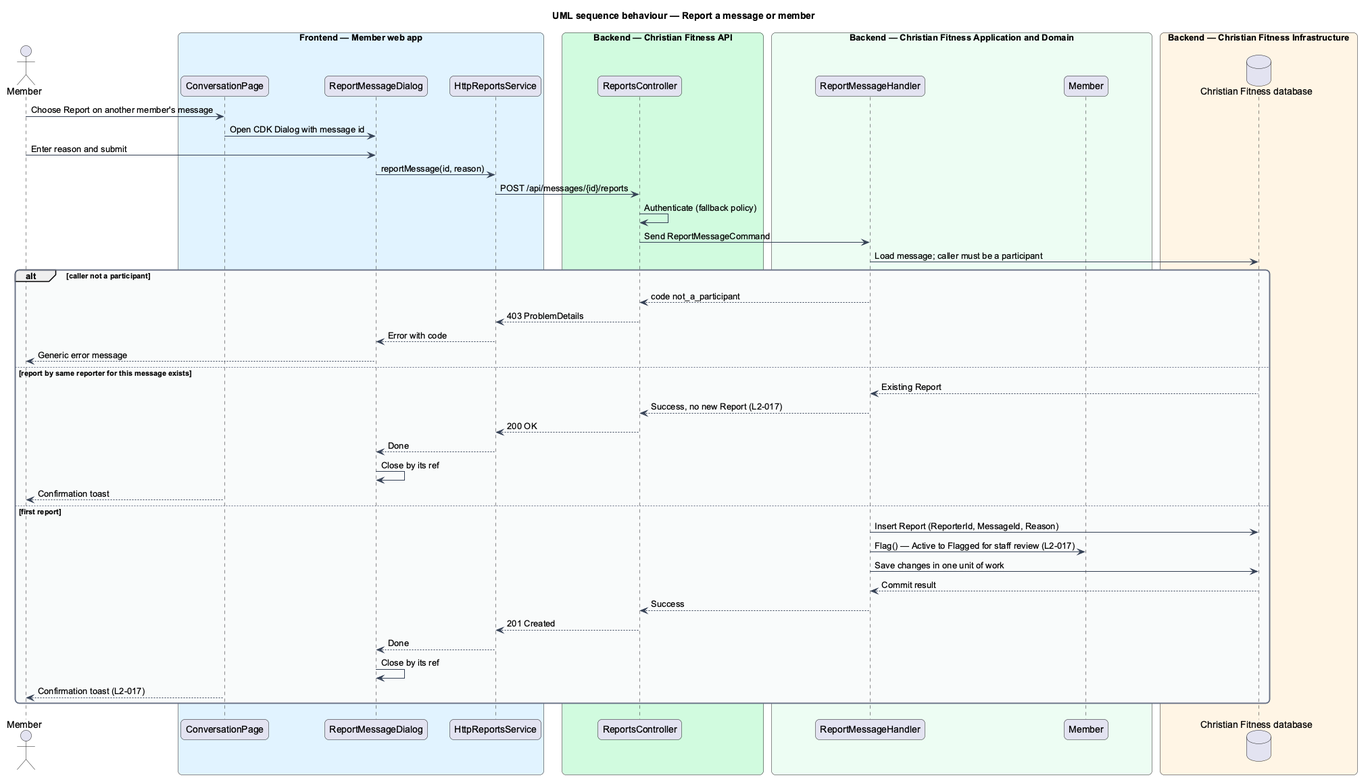
QuinntyneBrown/christian-fitness keeps this PlantUML diagram as docs/detailed-designs/messages/report-message-or-member/diagrams/sequence-report-message.png. Above is the earlier version. Source of this version:
```plantuml
@startuml
title UML sequence behaviour — Report a message or member
skinparam backgroundColor #FFFFFF
skinparam shadowing false
skinparam roundcorner 12
skinparam defaultFontName Arial
skinparam ArrowColor #344054
skinparam rectangle {
  BorderColor #344054
  FontColor #101828
}
skinparam package {
  BorderColor #667085
  FontColor #101828
  BackgroundColor #F9FAFB
}
actor "Member" as actor
box "Frontend — Member web app" #E0F2FE
  participant "ConversationPage" as page
  participant "ReportMessageDialog" as dlg
  participant "HttpReportsService" as client
end box
box "Backend — Christian Fitness API" #D1FADF
  participant "ReportsController" as controller
end box
box "Backend — Christian Fitness Application and Domain" #ECFDF3
  participant "ReportMessageHandler" as handler
  participant "Member" as sender
end box
box "Backend — Christian Fitness Infrastructure" #FFF4E5
  database "Christian Fitness database" as db
end box
actor -> page : Choose Report on another member's message
page -> dlg : Open CDK Dialog with message id
actor -> dlg : Enter reason and submit
dlg -> client : reportMessage(id, reason)
client -> controller : POST /api/messages/{id}/reports
controller -> controller : Authenticate (fallback policy)
controller -> handler : Send ReportMessageCommand
handler -> db : Load message; caller must be a participant
alt caller not a participant
  handler --> controller : code not_a_participant
  controller --> client : 403 ProblemDetails
  client --> dlg : Error with code
  dlg --> actor : Generic error message
else report by same reporter for this message exists
  db --> handler : Existing Report
  handler --> controller : Success, no new Report (L2-017)
  controller --> client : 200 OK
  client --> dlg : Done
  dlg -> dlg : Close by its ref
  page --> actor : Confirmation toast
else first report
  handler -> db : Insert Report (ReporterId, MessageId, Reason)
  handler -> sender : Flag() — Active to Flagged for staff review (L2-017)
  handler -> db : Save changes in one unit of work
  db --> handler : Commit result
  handler --> controller : Success
  controller --> client : 201 Created
  client --> dlg : Done
  dlg -> dlg : Close by its ref
  page --> actor : Confirmation toast (L2-017)
end
@enduml
```
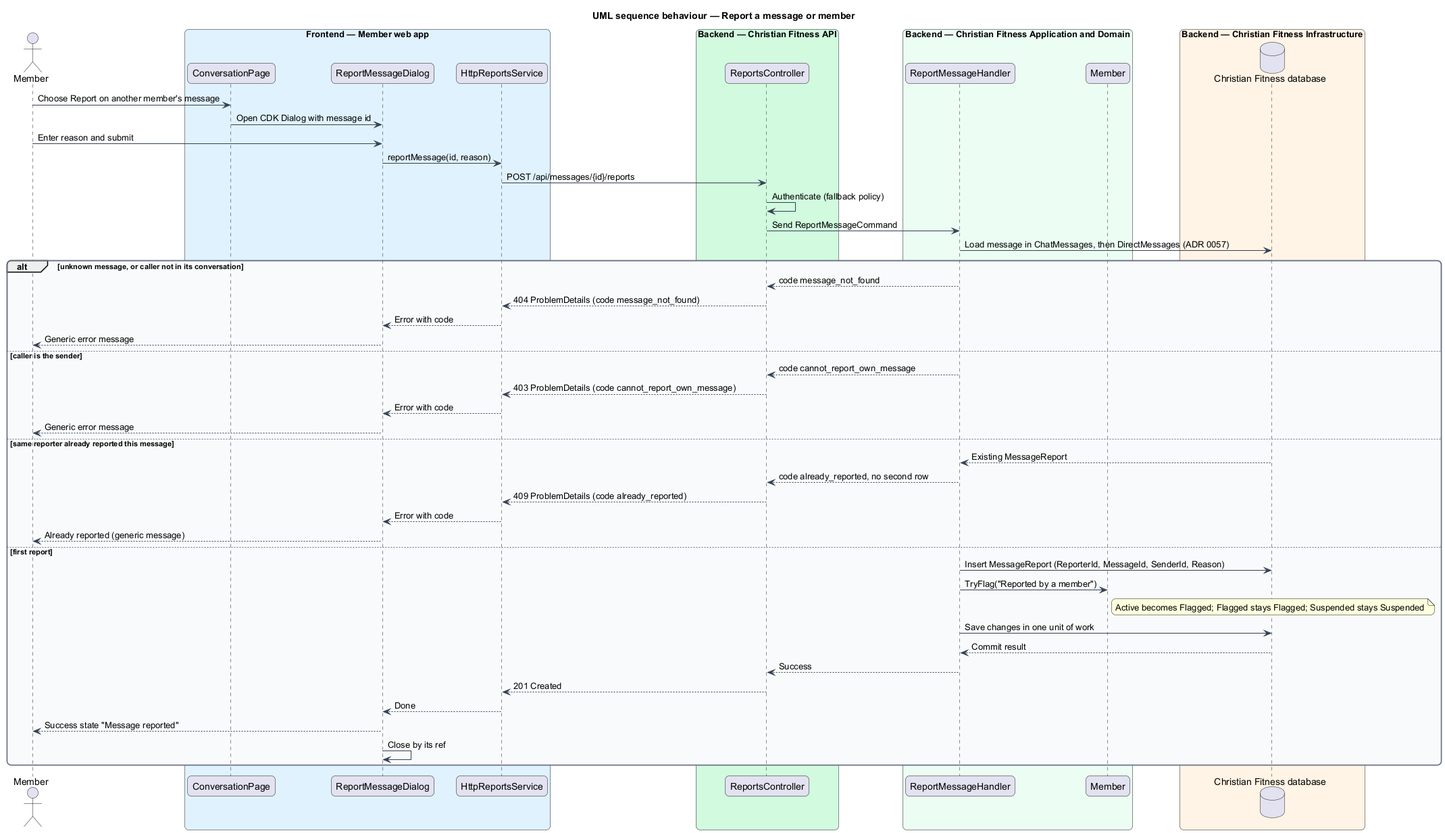
The same diagram one commit later.

The edit, as a diff of the source:
```diff
@@ -37,28 +37,33 @@
 client -> controller : POST /api/messages/{id}/reports
 controller -> controller : Authenticate (fallback policy)
 controller -> handler : Send ReportMessageCommand
-handler -> db : Load message; caller must be a participant
-alt caller not a participant
-  handler --> controller : code not_a_participant
-  controller --> client : 403 ProblemDetails
+handler -> db : Load message in ChatMessages, then DirectMessages (ADR 0057)
+alt unknown message, or caller not in its conversation
+  handler --> controller : code message_not_found
+  controller --> client : 404 ProblemDetails (code message_not_found)
   client --> dlg : Error with code
   dlg --> actor : Generic error message
-else report by same reporter for this message exists
-  db --> handler : Existing Report
-  handler --> controller : Success, no new Report (L2-017)
-  controller --> client : 200 OK
-  client --> dlg : Done
-  dlg -> dlg : Close by its ref
-  page --> actor : Confirmation toast
+else caller is the sender
+  handler --> controller : code cannot_report_own_message
+  controller --> client : 403 ProblemDetails (code cannot_report_own_message)
+  client --> dlg : Error with code
+  dlg --> actor : Generic error message
+else same reporter already reported this message
+  db --> handler : Existing MessageReport
+  handler --> controller : code already_reported, no second row
+  controller --> client : 409 ProblemDetails (code already_reported)
+  client --> dlg : Error with code
+  dlg --> actor : Already reported (generic message)
 else first report
-  handler -> db : Insert Report (ReporterId, MessageId, Reason)
-  handler -> sender : Flag() — Active to Flagged for staff review (L2-017)
+  handler -> db : Insert MessageReport (ReporterId, MessageId, SenderId, Reason)
+  handler -> sender : TryFlag("Reported by a member")
+  note right of sender : Active becomes Flagged; Flagged stays Flagged; Suspended stays Suspended
   handler -> db : Save changes in one unit of work
   db --> handler : Commit result
   handler --> controller : Success
   controller --> client : 201 Created
   client --> dlg : Done
+  dlg --> actor : Success state "Message reported"
   dlg -> dlg : Close by its ref
-  page --> actor : Confirmation toast (L2-017)
 end
 @enduml
```
